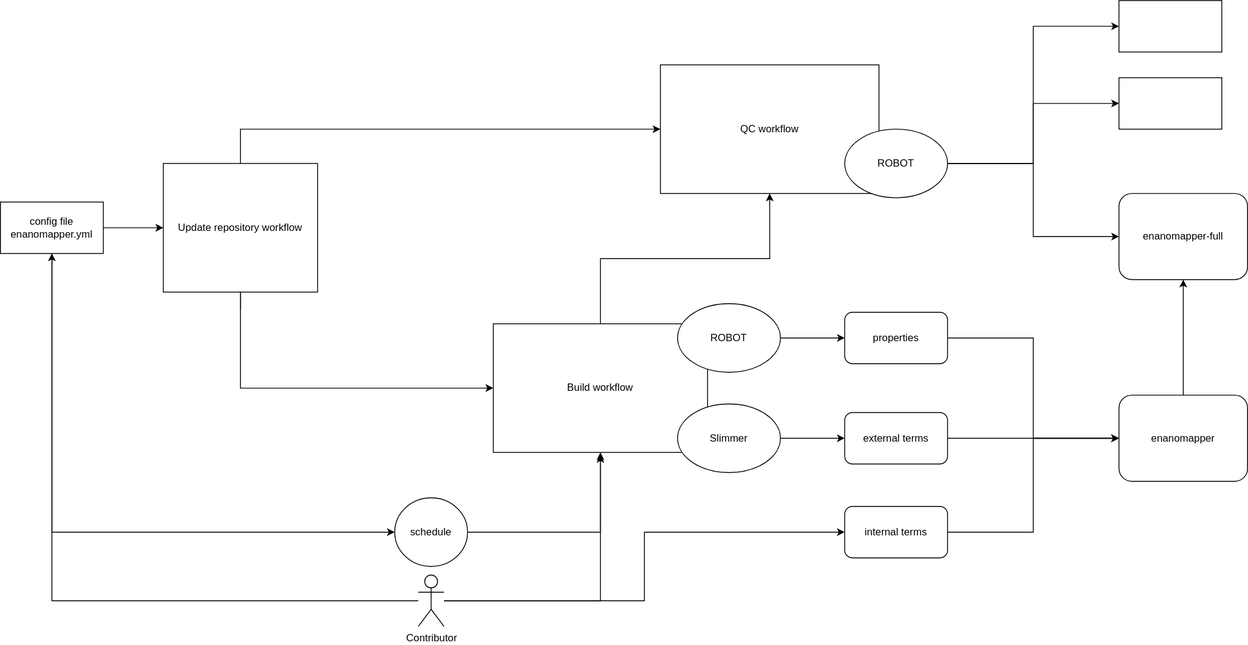
Before: Copy of wf.svg, a diagram exported from draw.io (enanomapper/ontologies). Source tidied: cells renumbered, new cells last; positions are measured from the earlier drawing's top-left corner, leaving out a move shared by most shapes.
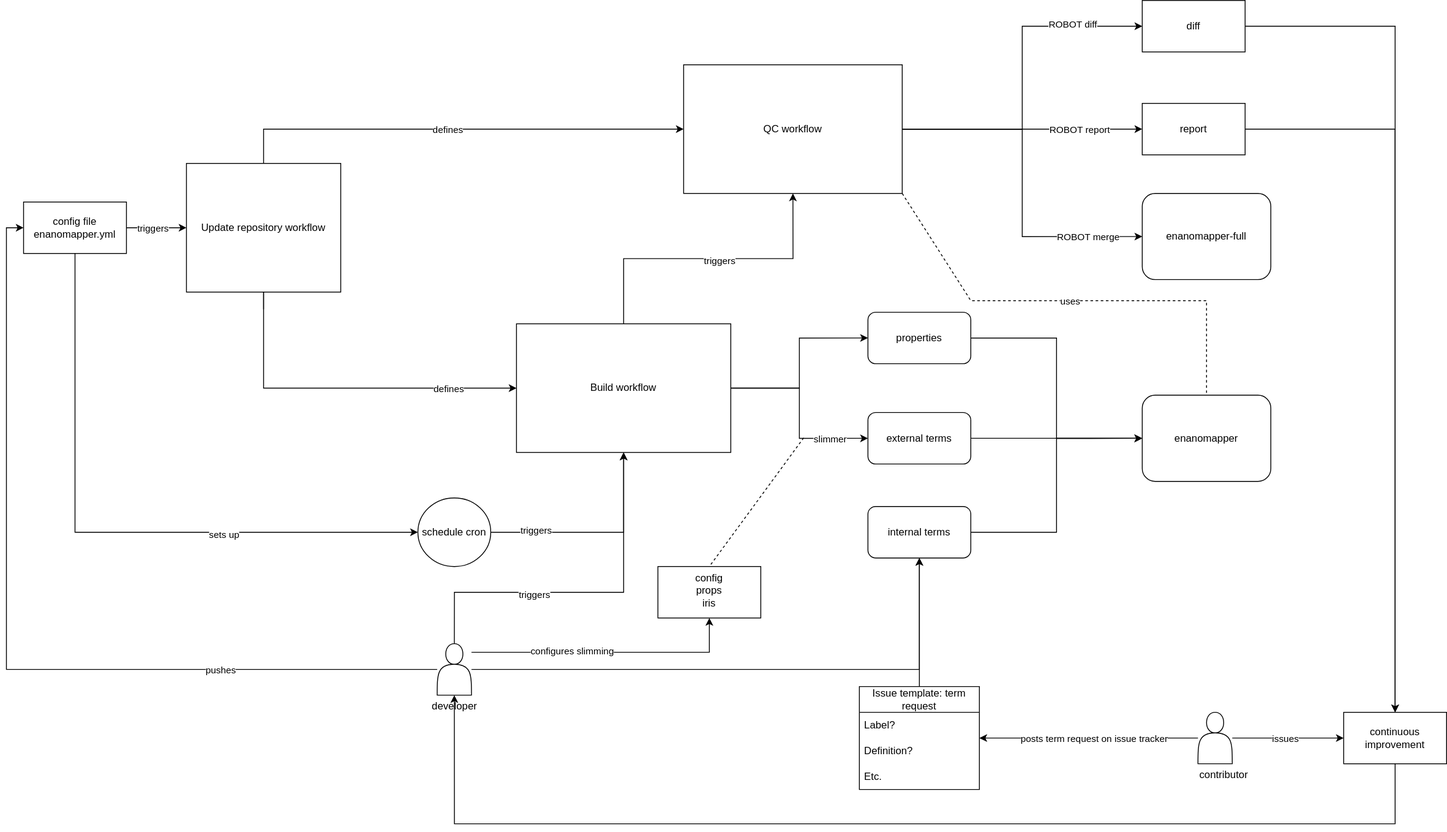
After the commit.

The edit, as a diff of the source:
```diff
@@ -5,12 +5,22 @@
     <mxCell id="2" style="edgeStyle=orthogonalEdgeStyle;rounded=0;jettySize=auto;html=1;exitX=0.5;exitY=0;exitDx=0;exitDy=0;entryX=0.5;entryY=1;entryDx=0;entryDy=0;" parent="1" edge="1" source="3" target="13">
       <mxGeometry relative="1" as="geometry" />
     </mxCell>
+    <mxCell id="36" value="triggers" style="edgeLabel;html=1;align=center;verticalAlign=middle;" parent="2" vertex="1">
+      <mxGeometry x="-0.23" y="-2" relative="1" as="geometry">
+        <mxPoint x="51" as="offset" />
+      </mxGeometry>
+    </mxCell>
     <mxCell id="3" value="Build workflow" style="rounded=0;whiteSpace=wrap;html=1;" parent="1" vertex="1">
       <mxGeometry x="575" y="377" width="250" height="150" as="geometry" />
     </mxCell>
     <mxCell id="4" style="edgeStyle=orthogonalEdgeStyle;rounded=0;jettySize=auto;html=1;entryX=0;entryY=0.5;entryDx=0;entryDy=0;" parent="1" edge="1" source="6" target="16">
       <mxGeometry relative="1" as="geometry" />
     </mxCell>
+    <mxCell id="37" value="triggers" style="edgeLabel;html=1;align=center;verticalAlign=middle;" parent="4" vertex="1">
+      <mxGeometry x="0.2" y="1" relative="1" as="geometry">
+        <mxPoint x="-12" y="1" as="offset" />
+      </mxGeometry>
+    </mxCell>
     <mxCell id="5" style="edgeStyle=orthogonalEdgeStyle;rounded=0;jettySize=auto;html=1;entryX=0;entryY=0.5;entryDx=0;entryDy=0;" parent="1" edge="1" source="6" target="18">
       <mxGeometry relative="1" as="geometry">
         <Array as="points">
@@ -18,28 +28,31 @@
         </Array>
       </mxGeometry>
     </mxCell>
+    <mxCell id="38" value="sets up" style="edgeLabel;html=1;align=center;verticalAlign=middle;" parent="5" vertex="1">
+      <mxGeometry x="0.37" y="-2" relative="1" as="geometry" />
+    </mxCell>
     <mxCell id="6" value="config file&lt;br&gt;enanomapper.yml" style="rounded=0;whiteSpace=wrap;html=1;" parent="1" vertex="1">
       <mxGeometry y="235" width="120" height="60" as="geometry" />
     </mxCell>
-    <mxCell id="7" style="edgeStyle=orthogonalEdgeStyle;rounded=0;jettySize=auto;html=1;entryX=0.5;entryY=1;entryDx=0;entryDy=0;" parent="1" edge="1" source="10" target="6">
-      <mxGeometry relative="1" as="geometry" />
-    </mxCell>
-    <mxCell id="8" style="edgeStyle=orthogonalEdgeStyle;rounded=0;jettySize=auto;html=1;" parent="1" edge="1" source="10">
-      <mxGeometry relative="1" as="geometry">
-        <mxPoint x="700" y="530" as="targetPoint" />
-      </mxGeometry>
-    </mxCell>
-    <mxCell id="9" style="edgeStyle=orthogonalEdgeStyle;rounded=0;jettySize=auto;html=1;entryX=0;entryY=0.5;entryDx=0;entryDy=0;" parent="1" edge="1" source="10" target="32">
-      <mxGeometry relative="1" as="geometry" />
-    </mxCell>
-    <mxCell id="10" value="Contributor" style="shape=umlActor;verticalLabelPosition=bottom;verticalAlign=top;html=1;outlineConnect=0;" parent="1" vertex="1">
-      <mxGeometry x="487.5" y="670" width="30" height="60" as="geometry" />
-    </mxCell>
+    <mxCell id="39" style="edgeStyle=orthogonalEdgeStyle;rounded=0;jettySize=auto;html=1;" parent="1" edge="1" source="69" target="58">
+      <mxGeometry relative="1" as="geometry" />
+    </mxCell>
+    <mxCell id="40" value="posts term request on issue tracker" style="edgeLabel;html=1;align=center;verticalAlign=middle;" parent="39" vertex="1">
+      <mxGeometry x="0.17" y="2" relative="1" as="geometry">
+        <mxPoint x="28" y="-2" as="offset" />
+      </mxGeometry>
+    </mxCell>
+    <mxCell id="41" style="edgeStyle=orthogonalEdgeStyle;rounded=0;sketch=0;jettySize=auto;html=1;strokeColor=default;" parent="1" edge="1" source="11" target="71">
+      <mxGeometry relative="1" as="geometry" />
+    </mxCell>
-    <mxCell id="11" style="rounded=0;whiteSpace=wrap;html=1;" parent="1" vertex="1">
+    <mxCell id="11" value="diff" style="rounded=0;whiteSpace=wrap;html=1;" parent="1" vertex="1">
       <mxGeometry x="1305" width="120" height="60" as="geometry" />
     </mxCell>
+    <mxCell id="42" style="edgeStyle=orthogonalEdgeStyle;rounded=0;sketch=0;jettySize=auto;html=1;entryX=0.5;entryY=0;entryDx=0;entryDy=0;strokeColor=default;" parent="1" edge="1" source="12" target="71">
+      <mxGeometry relative="1" as="geometry" />
+    </mxCell>
-    <mxCell id="12" style="rounded=0;whiteSpace=wrap;html=1;" parent="1" vertex="1">
-      <mxGeometry x="1305" y="90" width="120" height="60" as="geometry" />
+    <mxCell id="12" value="report" style="rounded=0;whiteSpace=wrap;html=1;" parent="1" vertex="1">
+      <mxGeometry x="1305" y="120" width="120" height="60" as="geometry" />
     </mxCell>
     <mxCell id="13" value="QC workflow" style="rounded=0;whiteSpace=wrap;html=1;" parent="1" vertex="1">
       <mxGeometry x="770" y="75" width="255" height="150" as="geometry" />
@@ -51,6 +64,11 @@
         </Array>
       </mxGeometry>
     </mxCell>
+    <mxCell id="43" value="defines" style="edgeLabel;html=1;align=center;verticalAlign=middle;" parent="14" vertex="1">
+      <mxGeometry x="0.04" y="-1" relative="1" as="geometry">
+        <mxPoint x="115" y="-1" as="offset" />
+      </mxGeometry>
+    </mxCell>
     <mxCell id="15" style="edgeStyle=orthogonalEdgeStyle;rounded=0;jettySize=auto;html=1;entryX=0;entryY=0.5;entryDx=0;entryDy=0;" parent="1" edge="1" source="16" target="13">
       <mxGeometry relative="1" as="geometry">
         <Array as="points">
@@ -59,13 +77,21 @@
         </Array>
       </mxGeometry>
     </mxCell>
+    <mxCell id="44" value="defines" style="edgeLabel;html=1;align=center;verticalAlign=middle;" parent="15" vertex="1">
+      <mxGeometry x="0.15" y="-5" relative="1" as="geometry">
+        <mxPoint x="32" y="-5" as="offset" />
+      </mxGeometry>
+    </mxCell>
     <mxCell id="16" value="Update repository workflow" style="rounded=0;whiteSpace=wrap;html=1;" parent="1" vertex="1">
       <mxGeometry x="190" y="190" width="180" height="150" as="geometry" />
     </mxCell>
     <mxCell id="17" style="edgeStyle=orthogonalEdgeStyle;rounded=0;jettySize=auto;html=1;entryX=0.5;entryY=1;entryDx=0;entryDy=0;" parent="1" edge="1" source="18" target="3">
       <mxGeometry relative="1" as="geometry" />
     </mxCell>
+    <mxCell id="45" value="triggers" style="edgeLabel;html=1;align=center;verticalAlign=middle;" parent="17" vertex="1">
+      <mxGeometry x="-0.57" y="3" relative="1" as="geometry" />
+    </mxCell>
-    <mxCell id="18" value="schedule" style="ellipse;whiteSpace=wrap;html=1;" parent="1" vertex="1">
+    <mxCell id="18" value="schedule cron" style="ellipse;whiteSpace=wrap;html=1;" parent="1" vertex="1">
       <mxGeometry x="460" y="580" width="85" height="80" as="geometry" />
     </mxCell>
     <mxCell id="19" style="edgeStyle=orthogonalEdgeStyle;rounded=0;jettySize=auto;html=1;entryX=0;entryY=0.5;entryDx=0;entryDy=0;" parent="1" edge="1" source="20" target="34">
@@ -80,44 +106,145 @@
     <mxCell id="22" value="external terms" style="rounded=1;whiteSpace=wrap;html=1;" parent="1" vertex="1">
       <mxGeometry x="985" y="480.5" width="120" height="60" as="geometry" />
     </mxCell>
-    <mxCell id="23" style="edgeStyle=orthogonalEdgeStyle;rounded=0;jettySize=auto;html=1;entryX=0;entryY=0.5;entryDx=0;entryDy=0;" parent="1" edge="1" source="26" target="11">
+    <mxCell id="23" style="edgeStyle=orthogonalEdgeStyle;rounded=0;jettySize=auto;html=1;entryX=0;entryY=0.5;entryDx=0;entryDy=0;" parent="1" edge="1" source="13" target="11">
       <mxGeometry relative="1" as="geometry" />
     </mxCell>
+    <mxCell id="46" value="ROBOT diff" style="edgeLabel;html=1;align=center;verticalAlign=middle;" parent="23" vertex="1">
+      <mxGeometry x="0.58" y="3" relative="1" as="geometry" />
+    </mxCell>
-    <mxCell id="24" style="edgeStyle=orthogonalEdgeStyle;rounded=0;jettySize=auto;html=1;entryX=0;entryY=0.5;entryDx=0;entryDy=0;" parent="1" edge="1" source="26" target="12">
+    <mxCell id="24" style="edgeStyle=orthogonalEdgeStyle;rounded=0;jettySize=auto;html=1;entryX=0;entryY=0.5;entryDx=0;entryDy=0;exitX=1;exitY=0.5;exitDx=0;exitDy=0;" parent="1" edge="1" source="13" target="12">
       <mxGeometry relative="1" as="geometry" />
     </mxCell>
+    <mxCell id="47" value="ROBOT report" style="edgeLabel;html=1;align=center;verticalAlign=middle;" parent="24" vertex="1">
+      <mxGeometry x="0.36" y="-1" relative="1" as="geometry">
+        <mxPoint x="14" y="-1" as="offset" />
+      </mxGeometry>
+    </mxCell>
-    <mxCell id="25" style="edgeStyle=orthogonalEdgeStyle;rounded=0;jettySize=auto;html=1;entryX=0;entryY=0.5;entryDx=0;entryDy=0;" parent="1" edge="1" source="26" target="35">
+    <mxCell id="25" style="edgeStyle=orthogonalEdgeStyle;rounded=0;jettySize=auto;html=1;entryX=0;entryY=0.5;entryDx=0;entryDy=0;" parent="1" edge="1" source="13" target="35">
       <mxGeometry relative="1" as="geometry" />
     </mxCell>
-    <mxCell id="26" value="ROBOT" style="ellipse;whiteSpace=wrap;html=1;" parent="1" vertex="1">
-      <mxGeometry x="985" y="150" width="120" height="80" as="geometry" />
-    </mxCell>
+    <mxCell id="48" value="ROBOT merge" style="edgeLabel;html=1;align=center;verticalAlign=middle;" parent="25" vertex="1">
+      <mxGeometry x="0.56" y="-3" relative="1" as="geometry">
+        <mxPoint x="25" y="-3" as="offset" />
+      </mxGeometry>
+    </mxCell>
-    <mxCell id="27" style="edgeStyle=orthogonalEdgeStyle;rounded=0;jettySize=auto;html=1;entryX=0;entryY=0.5;entryDx=0;entryDy=0;" parent="1" edge="1" source="28" target="20">
+    <mxCell id="27" style="edgeStyle=orthogonalEdgeStyle;rounded=0;jettySize=auto;html=1;entryX=0;entryY=0.5;entryDx=0;entryDy=0;exitX=1;exitY=0.5;exitDx=0;exitDy=0;" parent="1" edge="1" source="3" target="20">
       <mxGeometry relative="1" as="geometry" />
     </mxCell>
-    <mxCell id="28" value="ROBOT" style="ellipse;whiteSpace=wrap;html=1;" parent="1" vertex="1">
-      <mxGeometry x="790" y="353.5" width="120" height="80" as="geometry" />
-    </mxCell>
-    <mxCell id="29" style="edgeStyle=orthogonalEdgeStyle;rounded=0;jettySize=auto;html=1;entryX=0;entryY=0.5;entryDx=0;entryDy=0;" parent="1" edge="1" source="30" target="22">
+    <mxCell id="29" style="edgeStyle=orthogonalEdgeStyle;rounded=0;jettySize=auto;html=1;entryX=0;entryY=0.5;entryDx=0;entryDy=0;exitX=1;exitY=0.5;exitDx=0;exitDy=0;" parent="1" edge="1" source="3" target="22">
       <mxGeometry relative="1" as="geometry" />
     </mxCell>
-    <mxCell id="30" value="Slimmer" style="ellipse;whiteSpace=wrap;html=1;" parent="1" vertex="1">
-      <mxGeometry x="790" y="470.5" width="120" height="80" as="geometry" />
-    </mxCell>
+    <mxCell id="49" value="slimmer" style="edgeLabel;html=1;align=center;verticalAlign=middle;" parent="29" vertex="1">
+      <mxGeometry x="0.46" relative="1" as="geometry">
+        <mxPoint x="14" as="offset" />
+      </mxGeometry>
+    </mxCell>
     <mxCell id="31" style="edgeStyle=orthogonalEdgeStyle;rounded=0;jettySize=auto;html=1;entryX=0;entryY=0.5;entryDx=0;entryDy=0;" parent="1" edge="1" source="32" target="34">
       <mxGeometry relative="1" as="geometry" />
     </mxCell>
     <mxCell id="32" value="internal terms" style="rounded=1;whiteSpace=wrap;html=1;" parent="1" vertex="1">
       <mxGeometry x="985" y="590" width="120" height="60" as="geometry" />
     </mxCell>
-    <mxCell id="33" style="edgeStyle=orthogonalEdgeStyle;rounded=0;jettySize=auto;html=1;entryX=0.5;entryY=1;entryDx=0;entryDy=0;" parent="1" edge="1" source="34" target="35">
-      <mxGeometry relative="1" as="geometry" />
-    </mxCell>
     <mxCell id="34" value="enanomapper" style="rounded=1;whiteSpace=wrap;html=1;" parent="1" vertex="1">
       <mxGeometry x="1305" y="460.2" width="150" height="100.5" as="geometry" />
     </mxCell>
     <mxCell id="35" value="enanomapper-full" style="rounded=1;whiteSpace=wrap;html=1;" parent="1" vertex="1">
       <mxGeometry x="1305" y="225" width="150" height="100.5" as="geometry" />
     </mxCell>
+    <mxCell id="50" style="edgeStyle=orthogonalEdgeStyle;rounded=0;jettySize=auto;html=1;entryX=0;entryY=0.5;entryDx=0;entryDy=0;" parent="1" edge="1" source="66" target="6">
+      <mxGeometry relative="1" as="geometry" />
+    </mxCell>
+    <mxCell id="51" value="pushes" style="edgeLabel;html=1;align=center;verticalAlign=middle;" parent="50" vertex="1">
+      <mxGeometry x="-0.45" y="5" relative="1" as="geometry">
+        <mxPoint x="30" y="-5" as="offset" />
+      </mxGeometry>
+    </mxCell>
+    <mxCell id="52" style="edgeStyle=orthogonalEdgeStyle;rounded=0;sketch=0;jettySize=auto;html=1;entryX=0.5;entryY=1;entryDx=0;entryDy=0;strokeColor=default;" parent="1" edge="1" source="66" target="32">
+      <mxGeometry relative="1" as="geometry" />
+    </mxCell>
+    <mxCell id="53" style="edgeStyle=orthogonalEdgeStyle;rounded=0;sketch=0;jettySize=auto;html=1;entryX=0.5;entryY=1;entryDx=0;entryDy=0;strokeColor=default;exitX=0.5;exitY=0;exitDx=0;exitDy=0;" parent="1" edge="1" source="66" target="3">
+      <mxGeometry relative="1" as="geometry">
+        <Array as="points">
+          <mxPoint x="502" y="690" />
+          <mxPoint x="700" y="690" />
+        </Array>
+      </mxGeometry>
+    </mxCell>
+    <mxCell id="54" value="triggers" style="edgeLabel;html=1;align=center;verticalAlign=middle;" parent="53" vertex="1">
+      <mxGeometry x="-0.17" y="-2" relative="1" as="geometry">
+        <mxPoint x="-22" as="offset" />
+      </mxGeometry>
+    </mxCell>
+    <mxCell id="55" style="edgeStyle=orthogonalEdgeStyle;rounded=0;sketch=0;jettySize=auto;html=1;strokeColor=default;" parent="1" edge="1" source="66" target="64">
+      <mxGeometry relative="1" as="geometry">
+        <Array as="points">
+          <mxPoint x="800" y="760" />
+        </Array>
+      </mxGeometry>
+    </mxCell>
+    <mxCell id="56" value="configures slimming" style="edgeLabel;html=1;align=center;verticalAlign=middle;" parent="55" vertex="1">
+      <mxGeometry x="-0.27" y="2" relative="1" as="geometry" />
+    </mxCell>
+    <mxCell id="57" style="edgeStyle=orthogonalEdgeStyle;rounded=0;jettySize=auto;html=1;entryX=0.5;entryY=1;entryDx=0;entryDy=0;" parent="1" edge="1" source="58" target="32">
+      <mxGeometry relative="1" as="geometry" />
+    </mxCell>
+    <mxCell id="58" value="Issue template: term request" style="swimlane;fontStyle=0;horizontal=1;startSize=30;whiteSpace=wrap;html=1;" parent="1" vertex="1">
+      <mxGeometry x="975" y="800" width="140" height="120" as="geometry" />
+    </mxCell>
+    <mxCell id="59" value="Label?" style="text;strokeColor=none;fillColor=none;align=left;verticalAlign=middle;spacingLeft=4;spacingRight=4;overflow=hidden;whiteSpace=wrap;html=1;" parent="58" vertex="1">
+      <mxGeometry y="30" width="140" height="30" as="geometry" />
+    </mxCell>
+    <mxCell id="60" value="Definition?" style="text;strokeColor=none;fillColor=none;align=left;verticalAlign=middle;spacingLeft=4;spacingRight=4;overflow=hidden;whiteSpace=wrap;html=1;" parent="58" vertex="1">
+      <mxGeometry y="60" width="140" height="30" as="geometry" />
+    </mxCell>
+    <mxCell id="61" value="Etc." style="text;strokeColor=none;fillColor=none;align=left;verticalAlign=middle;spacingLeft=4;spacingRight=4;overflow=hidden;whiteSpace=wrap;html=1;" parent="58" vertex="1">
+      <mxGeometry y="90" width="140" height="30" as="geometry" />
+    </mxCell>
+    <mxCell id="62" style="endArrow=none;dashed=1;html=1;rounded=0;sketch=0;strokeColor=default;exitX=1;exitY=1;exitDx=0;exitDy=0;entryX=0.5;entryY=0;entryDx=0;entryDy=0;" parent="1" edge="1" source="13" target="34">
+      <mxGeometry relative="1" as="geometry">
+        <Array as="points">
+          <mxPoint x="1105" y="350" />
+          <mxPoint x="1380" y="350" />
+        </Array>
+      </mxGeometry>
+    </mxCell>
+    <mxCell id="63" value="uses" style="edgeLabel;html=1;align=center;verticalAlign=middle;" parent="62" vertex="1">
+      <mxGeometry x="-0.29" relative="1" as="geometry">
+        <mxPoint x="75" as="offset" />
+      </mxGeometry>
+    </mxCell>
+    <mxCell id="64" value="&lt;div&gt;config&lt;/div&gt;&lt;div&gt;props&lt;/div&gt;&lt;div&gt;iris&lt;br&gt;&lt;/div&gt;" style="whiteSpace=wrap;html=1;verticalAlign=top;" parent="1" vertex="1">
+      <mxGeometry x="740" y="660" width="120" height="60" as="geometry" />
+    </mxCell>
+    <mxCell id="65" style="endArrow=none;dashed=1;html=1;rounded=0;sketch=0;strokeColor=default;entryX=0.5;entryY=0;entryDx=0;entryDy=0;" parent="1" edge="1" target="64">
+      <mxGeometry relative="1" as="geometry">
+        <mxPoint x="910" y="510" as="sourcePoint" />
+      </mxGeometry>
+    </mxCell>
+    <mxCell id="66" value="&lt;div&gt;&lt;br&gt;&lt;/div&gt;&lt;div&gt;&lt;br&gt;&lt;/div&gt;&lt;div&gt;&lt;br&gt;&lt;/div&gt;&lt;div&gt;&lt;br&gt;&lt;/div&gt;&lt;div&gt;&lt;br&gt;&lt;/div&gt;&lt;div&gt;&lt;br&gt;&lt;/div&gt;&lt;div&gt;developer&lt;br&gt;&lt;/div&gt;" style="shape=actor;whiteSpace=wrap;html=1;" parent="1" vertex="1">
+      <mxGeometry x="482.5" y="750" width="40" height="60" as="geometry" />
+    </mxCell>
+    <mxCell id="67" style="edgeStyle=orthogonalEdgeStyle;rounded=0;sketch=0;jettySize=auto;html=1;entryX=0;entryY=0.5;entryDx=0;entryDy=0;strokeColor=default;" parent="1" edge="1" source="69" target="71">
+      <mxGeometry relative="1" as="geometry" />
+    </mxCell>
+    <mxCell id="68" value="issues" style="edgeLabel;html=1;align=center;verticalAlign=middle;" parent="67" vertex="1">
+      <mxGeometry x="-0.31" y="-1" relative="1" as="geometry">
+        <mxPoint x="15" y="-1" as="offset" />
+      </mxGeometry>
+    </mxCell>
+    <mxCell id="69" value="&lt;div align=&quot;left&quot;&gt;&lt;br&gt;&lt;/div&gt;&lt;div align=&quot;left&quot;&gt;&lt;br&gt;&lt;/div&gt;&lt;div align=&quot;left&quot;&gt;&lt;br&gt;&lt;/div&gt;&lt;div align=&quot;left&quot;&gt;&lt;br&gt;&lt;/div&gt;&lt;div align=&quot;left&quot;&gt;&lt;br&gt;&lt;/div&gt;&lt;div align=&quot;left&quot;&gt;&lt;br&gt;&lt;/div&gt;&lt;div align=&quot;left&quot;&gt;contributor&lt;br&gt;&lt;/div&gt;" style="shape=actor;whiteSpace=wrap;html=1;align=left;" parent="1" vertex="1">
+      <mxGeometry x="1370" y="830" width="40" height="60" as="geometry" />
+    </mxCell>
+    <mxCell id="70" style="edgeStyle=orthogonalEdgeStyle;rounded=0;sketch=0;jettySize=auto;html=1;entryX=0.5;entryY=1;entryDx=0;entryDy=0;strokeColor=default;" parent="1" edge="1" source="71" target="66">
+      <mxGeometry relative="1" as="geometry">
+        <Array as="points">
+          <mxPoint x="1600" y="960" />
+          <mxPoint x="503" y="960" />
+        </Array>
+      </mxGeometry>
+    </mxCell>
+    <mxCell id="71" value="continuous improvement" style="rounded=0;whiteSpace=wrap;html=1;" parent="1" vertex="1">
+      <mxGeometry x="1540" y="830" width="120" height="60" as="geometry" />
+    </mxCell>
   </root>
 </mxGraphModel>
```
